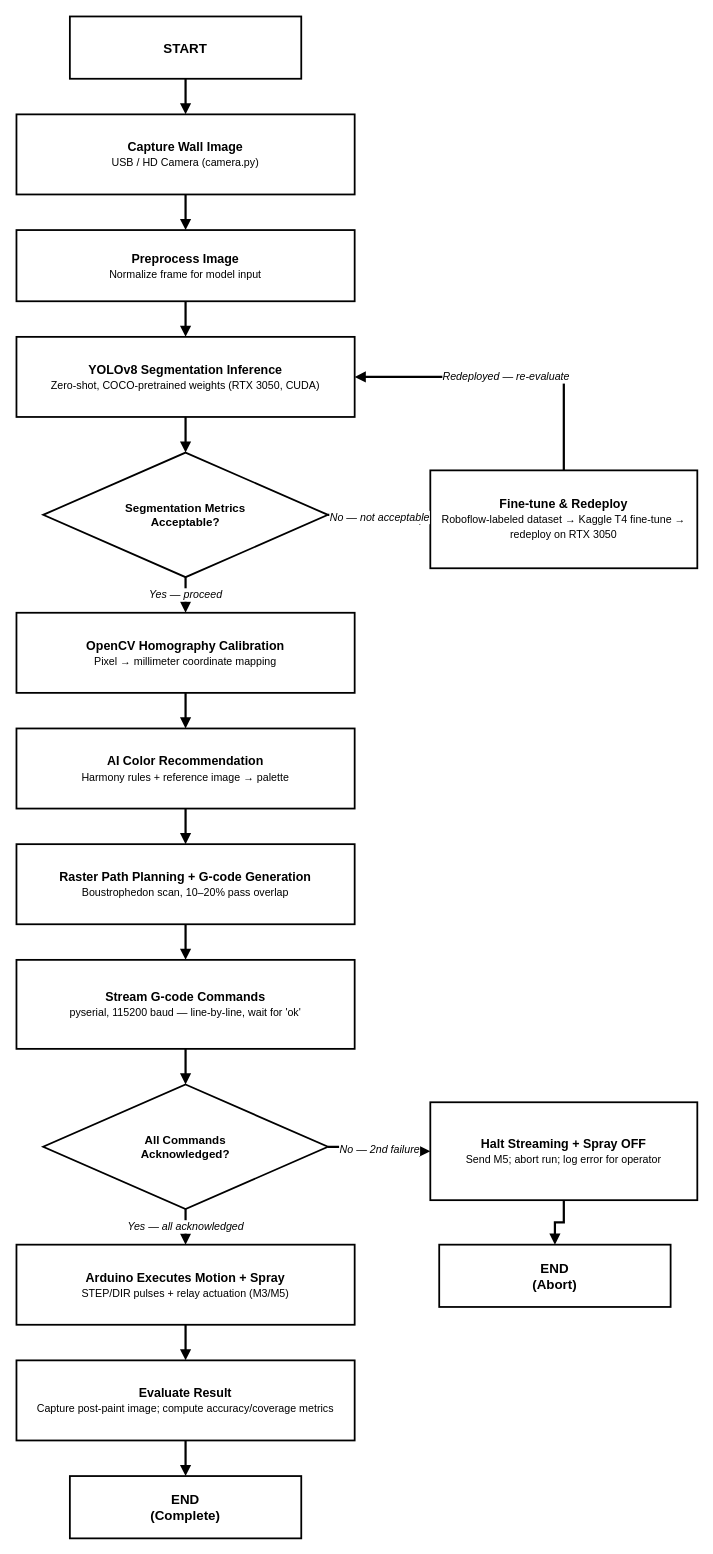
The draw.io diagram AURA Vault/03 - System Design/AURA_System_Flowchart.drawio in eotrut/thesis, before the edit. Source tidied: cells renumbered, new cells numbered last; positions are measured from the earlier drawing's top-left corner, leaving out a move shared by most shapes. Both pictures are drawn from the tidied source at 89%, with x=0, y=0 at pixel (16, 16).
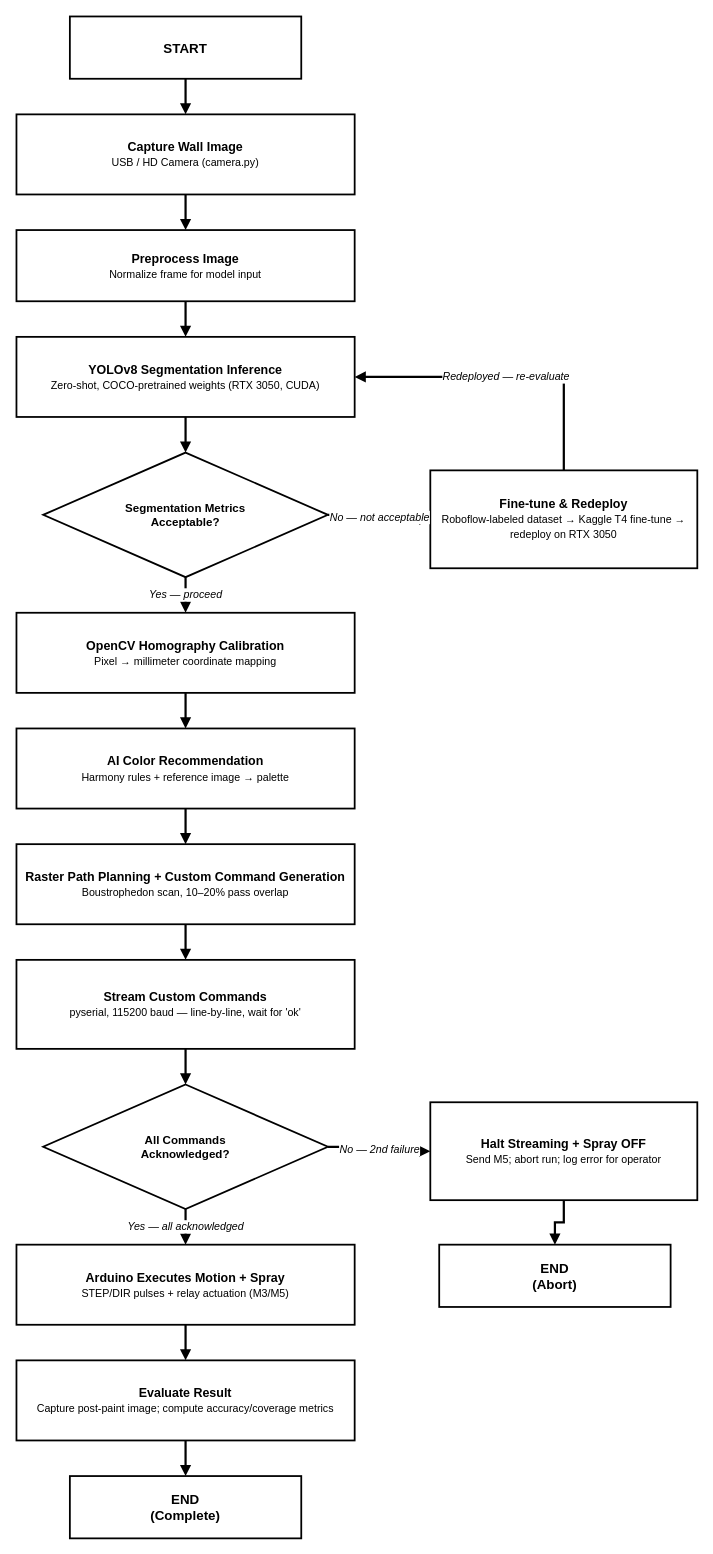
The same page after the edit.

What changed in the source:
```diff
@@
-    <mxCell id="10" value="&lt;b&gt;Raster Path Planning + G-code Generation&lt;/b&gt;&lt;br&gt;&lt;font style=&quot;font-size:12px&quot;&gt;Boustrophedon scan, 10&amp;#8211;20% pass overlap&lt;/font&gt;" style="rounded=0;whiteSpace=wrap;html=1;fillColor=#FFFFFF;strokeColor=#000000;strokeWidth=2;fontColor=#000000;fontSize=14;fontFamily=Helvetica;align=center;verticalAlign=middle;spacing=6;" parent="1" vertex="1">
+    <mxCell id="10" value="&lt;b&gt;Raster Path Planning + Custom Command Generation&lt;/b&gt;&lt;br&gt;&lt;font style=&quot;font-size:12px&quot;&gt;Boustrophedon scan, 10&amp;#8211;20% pass overlap&lt;/font&gt;" style="rounded=0;whiteSpace=wrap;html=1;fillColor=#FFFFFF;strokeColor=#000000;strokeWidth=2;fontColor=#000000;fontSize=14;fontFamily=Helvetica;align=center;verticalAlign=middle;spacing=6;" parent="1" vertex="1">
       <mxGeometry y="930" width="380" height="90" as="geometry" />
     </mxCell>
-    <mxCell id="11" value="&lt;b&gt;Stream G-code Commands&lt;/b&gt;&lt;br&gt;&lt;font style=&quot;font-size:12px&quot;&gt;pyserial, 115200 baud &amp;mdash; line-by-line, wait for &amp;#39;ok&amp;#39;&lt;/font&gt;" style="rounded=0;whiteSpace=wrap;html=1;fillColor=#FFFFFF;strokeColor=#000000;strokeWidth=2;fontColor=#000000;fontSize=14;fontFamily=Helvetica;align=center;verticalAlign=middle;spacing=6;" parent="1" vertex="1">
+    <mxCell id="11" value="&lt;b&gt;Stream Custom Commands&lt;/b&gt;&lt;br&gt;&lt;font style=&quot;font-size:12px&quot;&gt;pyserial, 115200 baud &amp;mdash; line-by-line, wait for &amp;#39;ok&amp;#39;&lt;/font&gt;" style="rounded=0;whiteSpace=wrap;html=1;fillColor=#FFFFFF;strokeColor=#000000;strokeWidth=2;fontColor=#000000;fontSize=14;fontFamily=Helvetica;align=center;verticalAlign=middle;spacing=6;" parent="1" vertex="1">
       <mxGeometry y="1060" width="380" height="100" as="geometry" />
     </mxCell>
```
